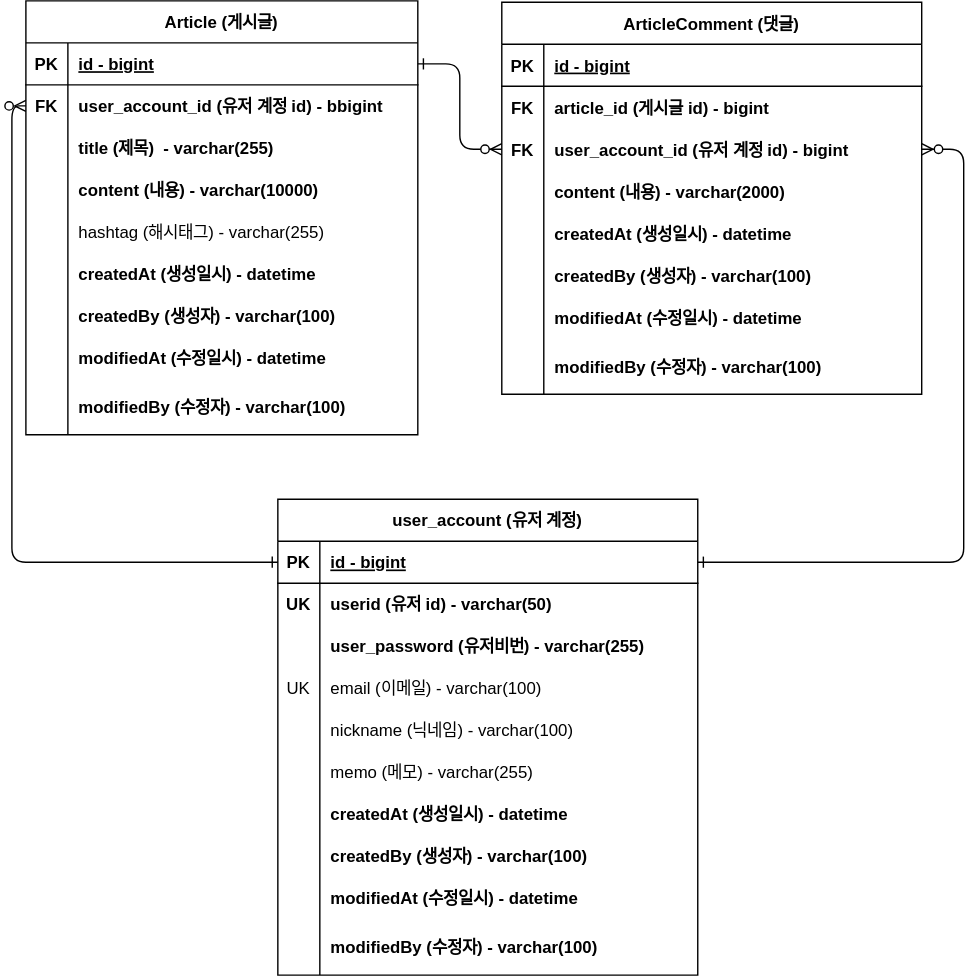
Before: document/board-erd.drawio.svg, a diagram exported from draw.io (HUN0904/project-board). Source tidied: cells renumbered, new cells last; positions are measured from the earlier drawing's top-left corner, leaving out a move shared by most shapes.
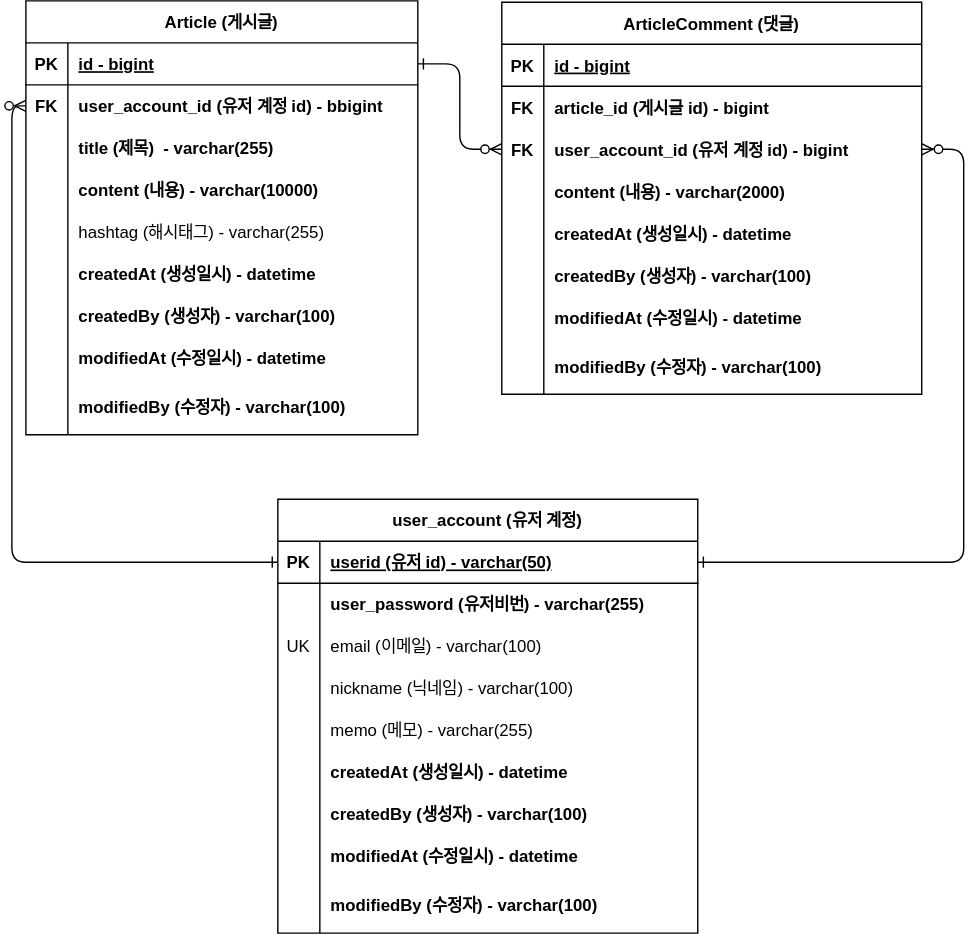
The same file after the commit.

Commit message:
board-erd.drawio.svg이 추가되었습니다.

Change to the diagram source:
```diff
@@ -165,7 +165,7 @@
       <mxGeometry x="30" width="250" height="40" as="geometry" />
     </mxCell>
     <mxCell id="56" value="user_account (유저 계정)" style="shape=table;startSize=30;rowLines=0;fontStyle=1;align=center;" parent="1" vertex="1">
-      <mxGeometry x="180" y="356" width="300" height="340" as="geometry" />
+      <mxGeometry x="180" y="356" width="300" height="310" as="geometry" />
     </mxCell>
     <mxCell id="57" style="shape=partialRectangle;fillColor=none;points=[[0,0.5],[1,0.5]];portConstraint=eastwest;top=0;left=0;right=0;bottom=1;" parent="56" vertex="1">
       <mxGeometry y="30" width="300" height="30" as="geometry" />
@@ -173,20 +173,11 @@
     <mxCell id="58" value="PK" style="shape=partialRectangle;overflow=hidden;fillColor=none;top=0;left=0;bottom=0;right=0;fontStyle=1;" parent="57" vertex="1">
       <mxGeometry width="30" height="30" as="geometry" />
     </mxCell>
-    <mxCell id="59" value="id - bigint" style="shape=partialRectangle;overflow=hidden;fillColor=none;top=0;left=0;bottom=0;right=0;align=left;spacingLeft=6;fontStyle=5;" parent="57" vertex="1">
+    <mxCell id="59" value="userid (유저 id) - varchar(50)" style="shape=partialRectangle;overflow=hidden;fillColor=none;top=0;left=0;bottom=0;right=0;align=left;spacingLeft=6;fontStyle=5;" parent="57" vertex="1">
       <mxGeometry x="30" width="270" height="30" as="geometry" />
     </mxCell>
-    <mxCell id="60" style="shape=partialRectangle;fillColor=none;top=0;left=0;right=0;bottom=0;" parent="56" vertex="1">
-      <mxGeometry y="60" width="300" height="30" as="geometry" />
-    </mxCell>
-    <mxCell id="61" value="UK" style="shape=partialRectangle;overflow=hidden;fillColor=none;top=0;left=0;bottom=0;right=0;fontStyle=1;" parent="60" vertex="1">
-      <mxGeometry width="30" height="30" as="geometry" />
-    </mxCell>
-    <mxCell id="62" value="userid (유저 id) - varchar(50)" style="shape=partialRectangle;overflow=hidden;fillColor=none;top=0;left=0;bottom=0;right=0;align=left;spacingLeft=6;fontStyle=1;" parent="60" vertex="1">
-      <mxGeometry x="30" width="270" height="30" as="geometry" />
-    </mxCell>
     <mxCell id="63" style="shape=partialRectangle;fillColor=none;top=0;left=0;right=0;bottom=0;" parent="56" vertex="1">
-      <mxGeometry y="90" width="300" height="30" as="geometry" />
+      <mxGeometry y="60" width="300" height="30" as="geometry" />
     </mxCell>
     <mxCell id="64" style="shape=partialRectangle;overflow=hidden;fillColor=none;top=0;left=0;bottom=0;right=0;fontStyle=1;" parent="63" vertex="1">
       <mxGeometry width="30" height="30" as="geometry" />
@@ -195,7 +186,7 @@
       <mxGeometry x="30" width="270" height="30" as="geometry" />
     </mxCell>
     <mxCell id="66" style="shape=partialRectangle;fillColor=none;top=0;left=0;right=0;bottom=0;" parent="56" vertex="1">
-      <mxGeometry y="120" width="300" height="30" as="geometry" />
+      <mxGeometry y="90" width="300" height="30" as="geometry" />
     </mxCell>
     <mxCell id="67" value="UK" style="shape=partialRectangle;overflow=hidden;fillColor=none;top=0;left=0;bottom=0;right=0;" parent="66" vertex="1">
       <mxGeometry width="30" height="30" as="geometry" />
@@ -204,7 +195,7 @@
       <mxGeometry x="30" width="270" height="30" as="geometry" />
     </mxCell>
     <mxCell id="69" style="shape=partialRectangle;fillColor=none;top=0;left=0;right=0;bottom=0;" parent="56" vertex="1">
-      <mxGeometry y="150" width="300" height="30" as="geometry" />
+      <mxGeometry y="120" width="300" height="30" as="geometry" />
     </mxCell>
     <mxCell id="70" style="shape=partialRectangle;overflow=hidden;fillColor=none;top=0;left=0;bottom=0;right=0;" parent="69" vertex="1">
       <mxGeometry width="30" height="30" as="geometry" />
@@ -213,7 +204,7 @@
       <mxGeometry x="30" width="270" height="30" as="geometry" />
     </mxCell>
     <mxCell id="72" style="shape=partialRectangle;fillColor=none;top=0;left=0;right=0;bottom=0;" parent="56" vertex="1">
-      <mxGeometry y="180" width="300" height="30" as="geometry" />
+      <mxGeometry y="150" width="300" height="30" as="geometry" />
     </mxCell>
     <mxCell id="73" style="shape=partialRectangle;overflow=hidden;fillColor=none;top=0;left=0;bottom=0;right=0;" parent="72" vertex="1">
       <mxGeometry width="30" height="30" as="geometry" />
@@ -222,7 +213,7 @@
       <mxGeometry x="30" width="270" height="30" as="geometry" />
     </mxCell>
     <mxCell id="75" style="shape=partialRectangle;fillColor=none;top=0;left=0;right=0;bottom=0;" parent="56" vertex="1">
-      <mxGeometry y="210" width="300" height="30" as="geometry" />
+      <mxGeometry y="180" width="300" height="30" as="geometry" />
     </mxCell>
     <mxCell id="76" style="shape=partialRectangle;overflow=hidden;fillColor=none;top=0;left=0;bottom=0;right=0;" parent="75" vertex="1">
       <mxGeometry width="30" height="30" as="geometry" />
@@ -231,7 +222,7 @@
       <mxGeometry x="30" width="270" height="30" as="geometry" />
     </mxCell>
     <mxCell id="78" style="shape=partialRectangle;fillColor=none;top=0;left=0;right=0;bottom=0;" parent="56" vertex="1">
-      <mxGeometry y="240" width="300" height="30" as="geometry" />
+      <mxGeometry y="210" width="300" height="30" as="geometry" />
     </mxCell>
     <mxCell id="79" style="shape=partialRectangle;overflow=hidden;fillColor=none;top=0;left=0;bottom=0;right=0;" parent="78" vertex="1">
       <mxGeometry width="30" height="30" as="geometry" />
@@ -240,7 +231,7 @@
       <mxGeometry x="30" width="270" height="30" as="geometry" />
     </mxCell>
     <mxCell id="81" style="shape=partialRectangle;fillColor=none;top=0;left=0;right=0;bottom=0;" parent="56" vertex="1">
-      <mxGeometry y="270" width="300" height="30" as="geometry" />
+      <mxGeometry y="240" width="300" height="30" as="geometry" />
     </mxCell>
     <mxCell id="82" style="shape=partialRectangle;overflow=hidden;fillColor=none;top=0;left=0;bottom=0;right=0;" parent="81" vertex="1">
       <mxGeometry width="30" height="30" as="geometry" />
@@ -249,7 +240,7 @@
       <mxGeometry x="30" width="270" height="30" as="geometry" />
     </mxCell>
     <mxCell id="84" style="shape=partialRectangle;fillColor=none;top=0;left=0;right=0;bottom=0;" parent="56" vertex="1">
-      <mxGeometry y="300" width="300" height="40" as="geometry" />
+      <mxGeometry y="270" width="300" height="40" as="geometry" />
     </mxCell>
     <mxCell id="85" style="shape=partialRectangle;overflow=hidden;fillColor=none;top=0;left=0;bottom=0;right=0;" parent="84" vertex="1">
       <mxGeometry width="30" height="40" as="geometry" />
```
